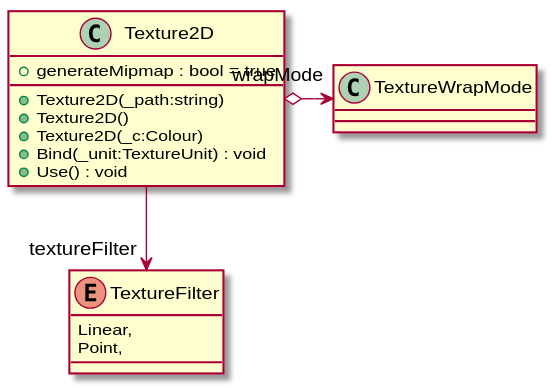
Before: UML/Core/Graphics/Texture2D.svg, a diagram exported from PlantUML (Zaephus/GraphicsProgramming). Source of this version:
```plantuml
@startuml
enum TextureFilter {
    Linear,
    Point,
}
class Texture2D {
    + generateMipmap : bool = true
    + Texture2D(_path:string)
    + Texture2D()
    + Texture2D(_c:Colour)
    + Bind(_unit:TextureUnit) : void
    + Use() : void
}
Texture2D --> "textureFilter" TextureFilter
Texture2D o-> "wrapMode" TextureWrapMode
@enduml
```
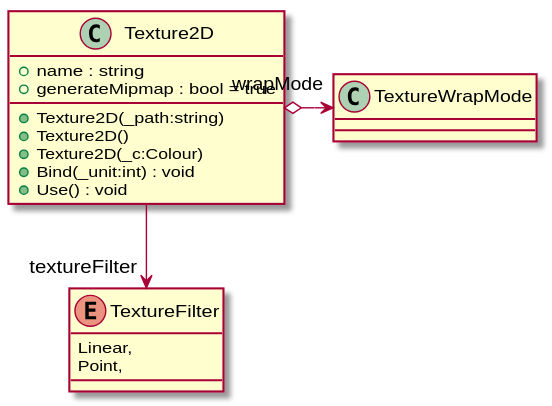
Above is the later version.

What changed in the source:
```diff
@@ -4,11 +4,12 @@
     Point,
 }
 class Texture2D {
+    + name : string
     + generateMipmap : bool = true
     + Texture2D(_path:string)
     + Texture2D()
     + Texture2D(_c:Colour)
-    + Bind(_unit:TextureUnit) : void
+    + Bind(_unit:int) : void
     + Use() : void
 }
 Texture2D --> "textureFilter" TextureFilter
```
